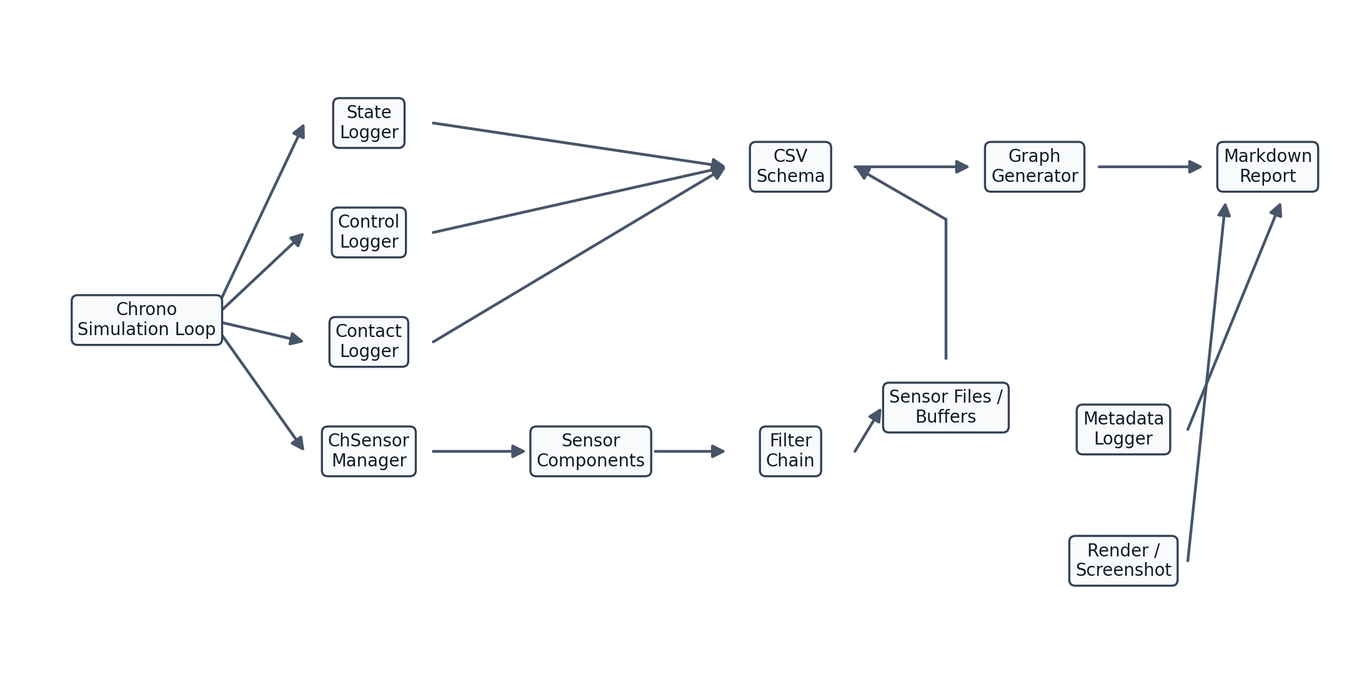
The Mermaid diagram 3-layer_report/2.2 Component/images/mermaid_rendered/2_2_mermaid_06.png in Poesy-Lab/Project_Chrono_Practice, before a commit. Its source is kept beside it as 3-layer_report/2.2 Component/images/mermaid_rendered/2_2_mermaid_06.mmd.
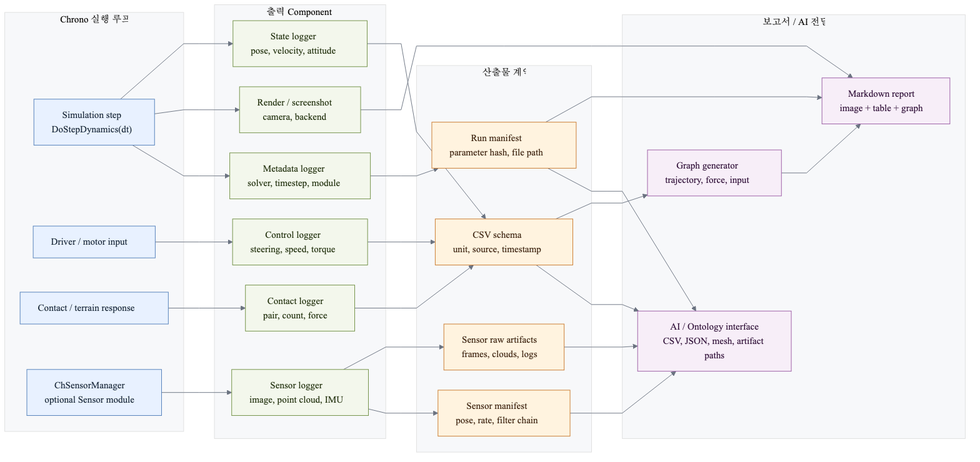
After the change.

Diff of the diagram source:
```diff
@@ -1,18 +1,61 @@
+%%{init: {'theme': 'base', 'flowchart': {'curve': 'linear', 'nodeSpacing': 34, 'rankSpacing': 52}, 'themeVariables': {'fontFamily': 'Arial, Apple SD Gothic Neo, sans-serif', 'primaryColor': '#eef6ff', 'primaryTextColor': '#1b2a3a', 'primaryBorderColor': '#4f7db8', 'lineColor': '#6a7280', 'tertiaryColor': '#f7f8fa'}}}%%
 flowchart LR
-    Sim["Chrono Simulation Loop"] --> State["State Logger"]
-    Sim --> Control["Control Logger"]
-    Sim --> Contact["Contact Logger"]
-    Sim --> Render["Render / Screenshot"]
-    Sim --> Meta["Metadata Logger"]
-    Sim --> Manager["ChSensorManager"]
-    State --> CSV["CSV Schema"]
-    Control --> CSV
-    Contact --> CSV
-    Manager --> Sensors["Sensor Components"]
-    Sensors --> Filters["Filter Chain"]
-    Filters --> SensorFiles["Sensor Files / Buffers"]
-    SensorFiles --> CSV
-    CSV --> Graph["Graph Generator"]
-    Render --> Report["Markdown Report"]
-    Graph --> Report
-    Meta --> Report
+    classDef runtime fill:#e8f1ff,stroke:#4f7db8,color:#1b2a3a,stroke-width:1px
+    classDef logger fill:#f3f7ec,stroke:#6f8f42,color:#23320f,stroke-width:1px
+    classDef contract fill:#fff3df,stroke:#c9792b,color:#3d2410,stroke-width:1px
+    classDef output fill:#f7eef8,stroke:#9a5aa3,color:#32123a,stroke-width:1px
+
+    subgraph Runtime["Chrono 실행 루프"]
+        R1["Simulation step<br/>DoStepDynamics(dt)"]
+        R2["Driver / motor input"]
+        R3["Contact / terrain response"]
+        R4["ChSensorManager<br/>optional Sensor module"]
+    end
+
+    subgraph Logger["출력 Component"]
+        L1["State logger<br/>pose, velocity, attitude"]
+        L2["Control logger<br/>steering, speed, torque"]
+        L3["Contact logger<br/>pair, count, force"]
+        L4["Render / screenshot<br/>camera, backend"]
+        L5["Sensor logger<br/>image, point cloud, IMU"]
+        L6["Metadata logger<br/>solver, timestep, module"]
+    end
+
+    subgraph Contract["산출물 계약"]
+        C1["CSV schema<br/>unit, source, timestamp"]
+        C2["Sensor raw artifacts<br/>frames, clouds, logs"]
+        C3["Sensor manifest<br/>pose, rate, filter chain"]
+        C4["Run manifest<br/>parameter hash, file path"]
+    end
+
+    subgraph Output["보고서 / AI 전달"]
+        O1["Graph generator<br/>trajectory, force, input"]
+        O2["Markdown report<br/>image + table + graph"]
+        O3["AI / Ontology interface<br/>CSV, JSON, mesh, artifact paths"]
+    end
+
+    R1 --> L1
+    R2 --> L2
+    R3 --> L3
+    R1 --> L4
+    R4 --> L5
+    R1 --> L6
+    L1 --> C1
+    L2 --> C1
+    L3 --> C1
+    L5 --> C2
+    L5 --> C3
+    L6 --> C4
+    C1 --> O1
+    O1 --> O2
+    L4 --> O2
+    C4 --> O2
+    C1 --> O3
+    C2 --> O3
+    C3 --> O3
+    C4 --> O3
+
+    class R1,R2,R3,R4 runtime
+    class L1,L2,L3,L4,L5,L6 logger
+    class C1,C2,C3,C4 contract
+    class O1,O2,O3 output
```
